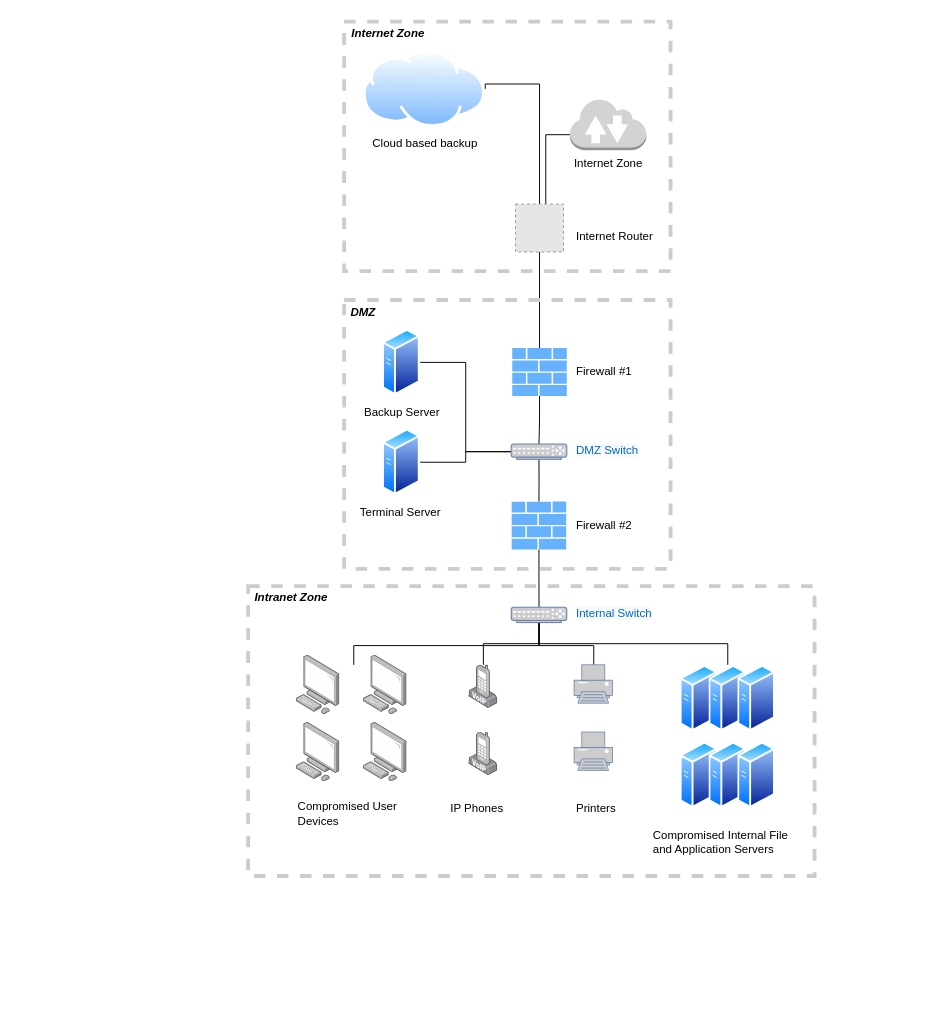
The draw.io diagram Case Study_network.drawio in Jeenix/info-sec, before the edit. Source tidied: cells renumbered, new cells numbered last; positions are measured from the earlier drawing's top-left corner, leaving out a move shared by most shapes. Both pictures are drawn from the tidied source at 96%, with x=0, y=0 at pixel (248, 21). Pictures stored in the file or linked from it are replaced by grey dashed boxes.
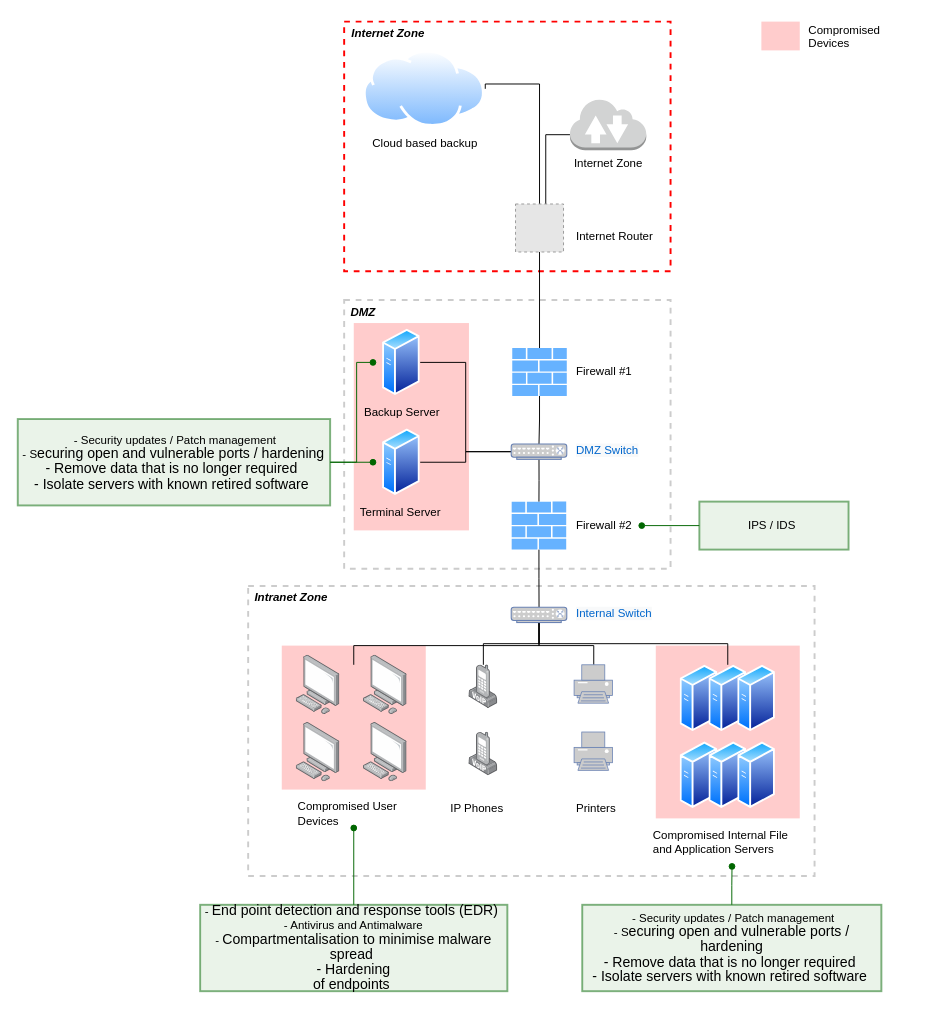
The same diagram, later.

The change refers to these unchanged cells:
```xml
<mxCell id="40" value="Firewall #2" style="text;html=1;align=left;verticalAlign=middle;points=[];fillColor=none;strokeColor=none;rounded=0;" parent="1" vertex="1">
  <mxGeometry x="340" y="515" width="70" height="20" as="geometry" />
</mxCell>
<mxCell id="44" value="Compromised User &lt;br&gt;Devices" style="text;html=1;align=left;verticalAlign=middle;points=[];fillColor=none;strokeColor=none;rounded=0;" parent="1" vertex="1">
  <mxGeometry x="50" y="810" width="120" height="30" as="geometry" />
</mxCell>
```

Diff of the diagram source:
```diff
@@
+    <mxCell id="49" style="whiteSpace=wrap;html=1;fillColor=none;dashed=1;strokeColor=#CCCCCC;strokeWidth=2;" parent="1" vertex="1">
+      <mxGeometry x="100" y="290" width="340" height="280" as="geometry" />
+    </mxCell>
+    <mxCell id="52" style="whiteSpace=wrap;html=1;dashed=1;strokeColor=none;strokeWidth=4;fillColor=#FF0000;opacity=20;" parent="1" vertex="1">
+      <mxGeometry x="110" y="314" width="120" height="216" as="geometry" />
+    </mxCell>
+    <mxCell id="53" style="whiteSpace=wrap;html=1;dashed=1;strokeColor=none;strokeWidth=4;fillColor=#FF0000;opacity=20;" parent="1" vertex="1">
+      <mxGeometry x="424.6" y="650" width="150" height="180" as="geometry" />
+    </mxCell>
+    <mxCell id="54" style="whiteSpace=wrap;html=1;dashed=1;strokeColor=none;strokeWidth=4;fillColor=#FF0000;opacity=20;" parent="1" vertex="1">
+      <mxGeometry x="35" y="650" width="150" height="150" as="geometry" />
+    </mxCell>
-    <mxCell id="2" style="whiteSpace=wrap;html=1;fillColor=none;dashed=1;strokeColor=#CCCCCC;strokeWidth=4;" parent="1" vertex="1">
+    <mxCell id="2" style="whiteSpace=wrap;html=1;fillColor=none;dashed=1;strokeColor=#FF0000;strokeWidth=2;" parent="1" vertex="1">
       <mxGeometry x="100" width="340" height="260" as="geometry" />
     </mxCell>
-    <mxCell id="3" style="whiteSpace=wrap;html=1;fillColor=none;dashed=1;strokeColor=#CCCCCC;strokeWidth=4;" parent="1" vertex="1">
+    <mxCell id="3" style="whiteSpace=wrap;html=1;fillColor=none;dashed=1;strokeColor=#CCCCCC;strokeWidth=2;" parent="1" vertex="1">
       <mxGeometry y="588" width="590" height="302" as="geometry" />
     </mxCell>
@@
-    <mxCell id="15" value="Backup Server" style="perimeter=ellipsePerimeter;html=1;align=center;shadow=0;dashed=0;spacingTop=3;image;image=img/lib/active_directory/generic_server.svg;fillColor=#3399FF;" parent="1" vertex="1">
+    <mxCell id="15" value="Backup Server" style="perimeter=ellipsePerimeter;html=1;align=center;shadow=0;dashed=0;spacingTop=3;image;image=img/lib/active_directory/generic_server.svg;fillColor=#3399FF;labelBackgroundColor=none;" parent="1" vertex="1">
       <mxGeometry x="140" y="320" width="39.2" height="70" as="geometry" />
     </mxCell>
-    <mxCell id="16" value="Terminal Server&amp;nbsp;" style="perimeter=ellipsePerimeter;html=1;align=center;shadow=0;dashed=0;spacingTop=3;image;image=img/lib/active_directory/generic_server.svg;fillColor=#3399FF;" parent="1" vertex="1">
+    <mxCell id="16" value="Terminal Server&amp;nbsp;" style="perimeter=ellipsePerimeter;html=1;align=center;shadow=0;dashed=0;spacingTop=3;image;image=img/lib/active_directory/generic_server.svg;fillColor=#3399FF;labelBackgroundColor=none;" parent="1" vertex="1">
       <mxGeometry x="140" y="424" width="39.2" height="70" as="geometry" />
     </mxCell>
@@
-    <mxCell id="49" style="whiteSpace=wrap;html=1;fillColor=none;dashed=1;strokeColor=#CCCCCC;strokeWidth=4;" parent="1" vertex="1">
-      <mxGeometry x="100" y="290" width="340" height="280" as="geometry" />
-    </mxCell>
@@
+    <mxCell id="55" style="whiteSpace=wrap;html=1;dashed=1;strokeColor=none;strokeWidth=4;fillColor=#FF0000;opacity=20;labelBorderColor=none;" parent="1" vertex="1">
+      <mxGeometry x="534.6" width="40" height="30" as="geometry" />
+    </mxCell>
+    <mxCell id="56" value="&lt;span style=&quot;color: rgb(0 , 0 , 0) ; font-family: &amp;#34;helvetica&amp;#34; ; font-size: 12px ; font-style: normal ; font-weight: 400 ; letter-spacing: normal ; text-indent: 0px ; text-transform: none ; word-spacing: 0px ; background-color: rgb(255 , 255 , 255) ; display: inline ; float: none&quot;&gt;Compromised Devices&lt;/span&gt;" style="text;whiteSpace=wrap;html=1;align=left;" parent="1" vertex="1">
+      <mxGeometry x="581.6" y="-5" width="110" height="30" as="geometry" />
+    </mxCell>
+    <mxCell id="57" style="edgeStyle=orthogonalEdgeStyle;rounded=0;jettySize=auto;html=1;startArrow=none;startFill=0;endArrow=oval;endFill=1;strokeColor=#006600;" parent="1" edge="1" source="58" target="44">
+      <mxGeometry relative="1" as="geometry" />
+    </mxCell>
+    <mxCell id="58" value="-&amp;nbsp;&lt;span style=&quot;font-size: 11.0pt ; line-height: 107% ; font-family: &amp;#34;calibri&amp;#34; , sans-serif&quot;&gt;End&amp;nbsp;point detection and response tools (EDR)&amp;nbsp;&lt;/span&gt;&lt;br&gt;- Antivirus and Antimalware&lt;br&gt;-&amp;nbsp;&lt;span style=&quot;font-size: 11.0pt ; line-height: 107% ; font-family: &amp;#34;calibri&amp;#34; , sans-serif&quot;&gt;Compartmentalisation to minimise malware spread&amp;nbsp;&lt;br&gt;-&amp;nbsp;&lt;span style=&quot;font-size: 11.0pt ; line-height: 107% ; font-family: &amp;#34;calibri&amp;#34; , sans-serif&quot;&gt;Hardening&lt;br/&gt;of endpoints&amp;nbsp;&lt;/span&gt;&lt;br&gt;&lt;/span&gt;" style="whiteSpace=wrap;html=1;labelBackgroundColor=none;labelBorderColor=none;strokeColor=#006600;strokeWidth=2;fillColor=#d5e8d4;opacity=50;align=center;" parent="1" vertex="1">
+      <mxGeometry x="-50" y="920" width="320" height="90" as="geometry" />
+    </mxCell>
+    <mxCell id="59" style="edgeStyle=orthogonalEdgeStyle;rounded=0;jettySize=auto;html=1;startArrow=none;startFill=0;endArrow=oval;endFill=1;strokeColor=#006600;" parent="1" edge="1" source="60">
+      <mxGeometry relative="1" as="geometry">
+        <mxPoint x="504" y="880" as="targetPoint" />
+      </mxGeometry>
+    </mxCell>
+    <mxCell id="60" value="&amp;nbsp;- Security updates / Patch management&lt;br&gt;- S&lt;span style=&quot;font-size: 11pt ; line-height: 15.6933px ; font-family: &amp;#34;calibri&amp;#34; , sans-serif&quot;&gt;ecuring open and vulnerable ports / hardening&lt;br&gt;-&amp;nbsp;&lt;span style=&quot;font-size: 11pt ; line-height: 15.6933px&quot;&gt;Remove data that is no longer required&amp;nbsp;&lt;br&gt;&lt;/span&gt;-&amp;nbsp;&lt;span style=&quot;font-size: 11pt ; line-height: 15.6933px&quot;&gt;Isolate&amp;nbsp;servers with known retired software&amp;nbsp;&lt;/span&gt;&lt;/span&gt;" style="whiteSpace=wrap;html=1;labelBackgroundColor=none;labelBorderColor=none;strokeColor=#006600;strokeWidth=2;fillColor=#d5e8d4;opacity=50;align=center;" parent="1" vertex="1">
+      <mxGeometry x="348" y="920" width="311.6" height="90" as="geometry" />
+    </mxCell>
+    <mxCell id="61" style="edgeStyle=orthogonalEdgeStyle;rounded=0;jettySize=auto;html=1;startArrow=none;startFill=0;endArrow=oval;endFill=1;strokeColor=#006600;" parent="1" edge="1" source="63">
+      <mxGeometry relative="1" as="geometry">
+        <mxPoint x="130" y="459" as="targetPoint" />
+      </mxGeometry>
+    </mxCell>
+    <mxCell id="62" style="edgeStyle=orthogonalEdgeStyle;rounded=0;jettySize=auto;html=1;startArrow=none;startFill=0;endArrow=oval;endFill=1;strokeColor=#006600;" parent="1" edge="1" source="63">
+      <mxGeometry relative="1" as="geometry">
+        <mxPoint x="130" y="355" as="targetPoint" />
+        <Array as="points">
+          <mxPoint x="113" y="459" />
+          <mxPoint x="113" y="355" />
+        </Array>
+      </mxGeometry>
+    </mxCell>
+    <mxCell id="63" value="&amp;nbsp;- Security updates / Patch management&lt;br&gt;- S&lt;span style=&quot;font-size: 11.0pt ; line-height: 107% ; font-family: &amp;#34;calibri&amp;#34; , sans-serif&quot;&gt;ecuring open and vulnerable ports / hardening&lt;br&gt;-&amp;nbsp;&lt;span style=&quot;font-size: 11.0pt ; line-height: 107% ; font-family: &amp;#34;calibri&amp;#34; , sans-serif&quot;&gt;Remove data that is no longer required&amp;nbsp;&lt;br&gt;&lt;/span&gt;-&amp;nbsp;&lt;span style=&quot;font-size: 11.0pt ; line-height: 107% ; font-family: &amp;#34;calibri&amp;#34; , sans-serif&quot;&gt;Isolate&amp;nbsp;servers with known retired software&amp;nbsp;&lt;/span&gt;&lt;br&gt;&lt;/span&gt;" style="whiteSpace=wrap;html=1;labelBackgroundColor=none;labelBorderColor=none;strokeColor=#006600;strokeWidth=2;fillColor=#d5e8d4;opacity=50;align=center;" parent="1" vertex="1">
+      <mxGeometry x="-240" y="414" width="325.4" height="90" as="geometry" />
+    </mxCell>
+    <mxCell id="64" style="edgeStyle=orthogonalEdgeStyle;rounded=0;jettySize=auto;html=1;endArrow=oval;endFill=1;startArrow=none;startFill=0;strokeColor=#006600;" parent="1" edge="1" source="65" target="40">
+      <mxGeometry relative="1" as="geometry" />
+    </mxCell>
+    <mxCell id="65" value="IPS / IDS&amp;nbsp;" style="whiteSpace=wrap;html=1;labelBackgroundColor=none;labelBorderColor=none;strokeColor=#006600;strokeWidth=2;fillColor=#d5e8d4;opacity=50;align=center;" parent="1" vertex="1">
+      <mxGeometry x="470" y="500" width="155.4" height="50" as="geometry" />
+    </mxCell>
```
